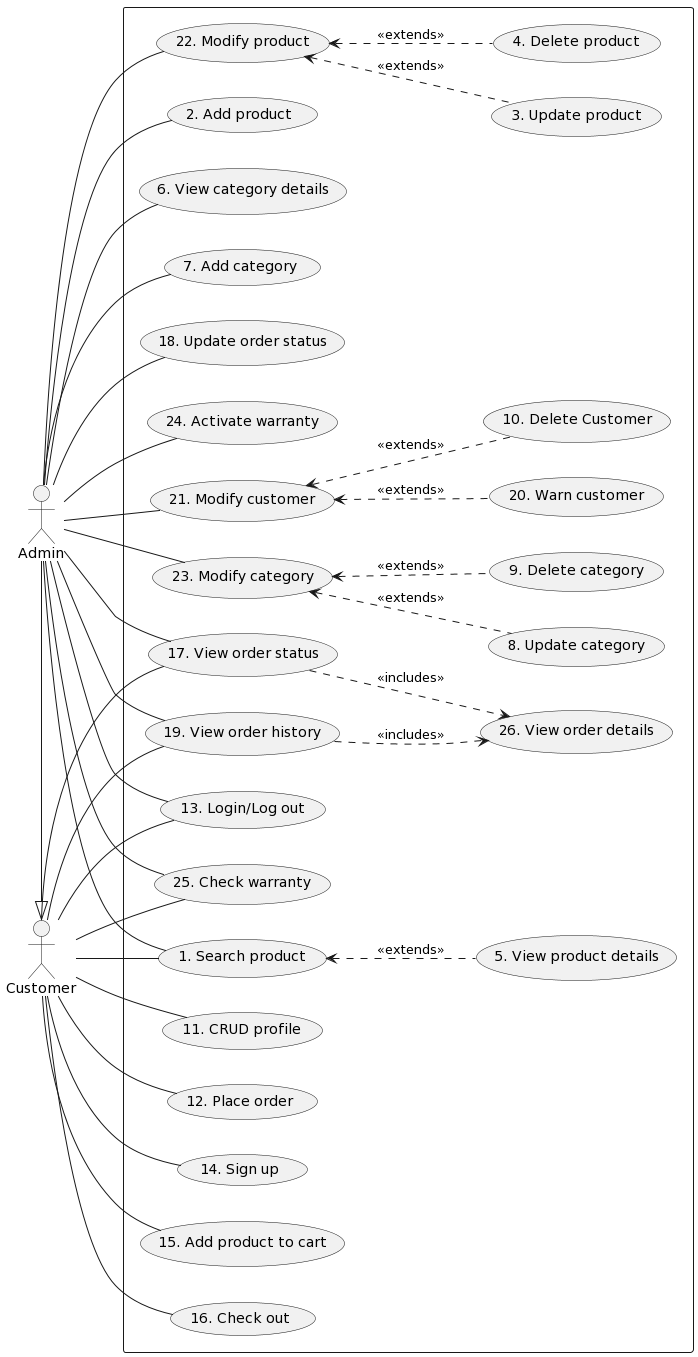
The PlantUML diagram Lab1/Lab1_2/UseCaseDiagram/usecase_diagram.png in PhuocTri0106and1608/SE357-Pratice-class, before a commit.
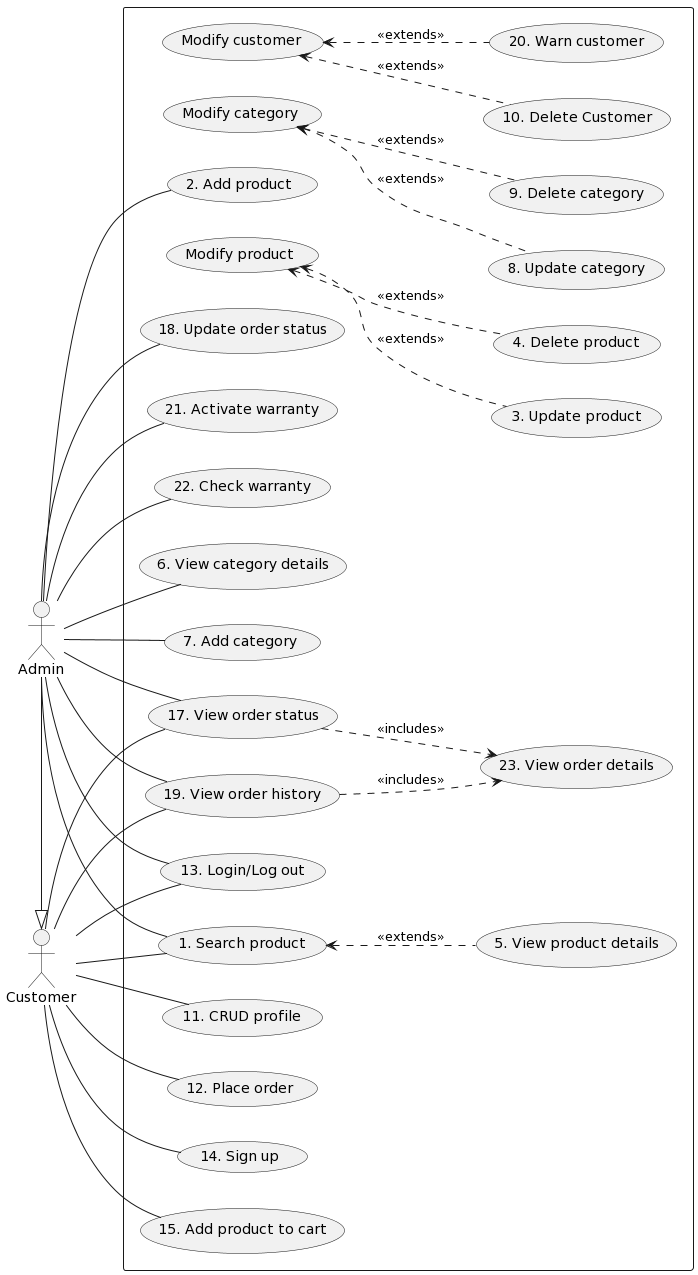
The same diagram one commit later.

Diff of the diagram source:
```diff
@@ -18,17 +18,16 @@
 usecase "13. Login/Log out" as UC13
 usecase "14. Sign up" as UC14
 usecase "15. Add product to cart" as UC15
-usecase "16. Check out" as UC16
 usecase "17. View order status" as UC17
 usecase "18. Update order status" as UC18
 usecase "19. View order history" as UC19
 usecase "20. Warn customer" as UC20
-usecase "21. Modify customer" as UC21
-usecase "22. Modify product" as UC22
-usecase "23. Modify category" as UC23
-usecase "24. Activate warranty" as UC24
-usecase "25. Check warranty" as UC25
-usecase "26. View order details" as UC26
+usecase "Modify customer" as UCMCU
+usecase "Modify product" as UCMP
+usecase "Modify category" as UCMCA
+usecase "21. Activate warranty" as UC21
+usecase "22. Check warranty" as UC22
+usecase "23. View order details" as UC23
 }
 
 ad -right-|> ctm
@@ -42,19 +41,16 @@
 ad -- UC18
 ad -- UC21
 ad -- UC22
-ad -- UC23
-ad -- UC24
-ad -- UC25
 
-UC3 .up.> UC22 : <<extends>>
-UC4 .up.> UC22 : <<extends>>
+UC3 .up.> UCMP : <<extends>>
+UC4 .up.> UCMP : <<extends>>
 UC5 .up.> UC1 : <<extends>>
-UC8 .up.> UC23 : <<extends>>
-UC9 .up.> UC23 : <<extends>>
-UC10 .up.> UC21 : <<extends>>
-UC20 .up.> UC21 : <<extends>>
-UC17 .down.> UC26 : <<includes>>
-UC19 .down.> UC26 : <<includes>>
+UC8 .up.> UCMCA : <<extends>>
+UC9 .up.> UCMCA : <<extends>>
+UC10 .up.> UCMCU : <<extends>>
+UC20 .up.> UCMCU : <<extends>>
+UC17 .down.> UC23 : <<includes>>
+UC19 .down.> UC23 : <<includes>>
 
 ctm -- UC1
 ctm -- UC11
@@ -62,8 +58,6 @@
 ctm -- UC13
 ctm -- UC14
 ctm -- UC15
-ctm -- UC16
 ctm -- UC17
 ctm -- UC19
-ctm -- UC25
 @enduml
```
